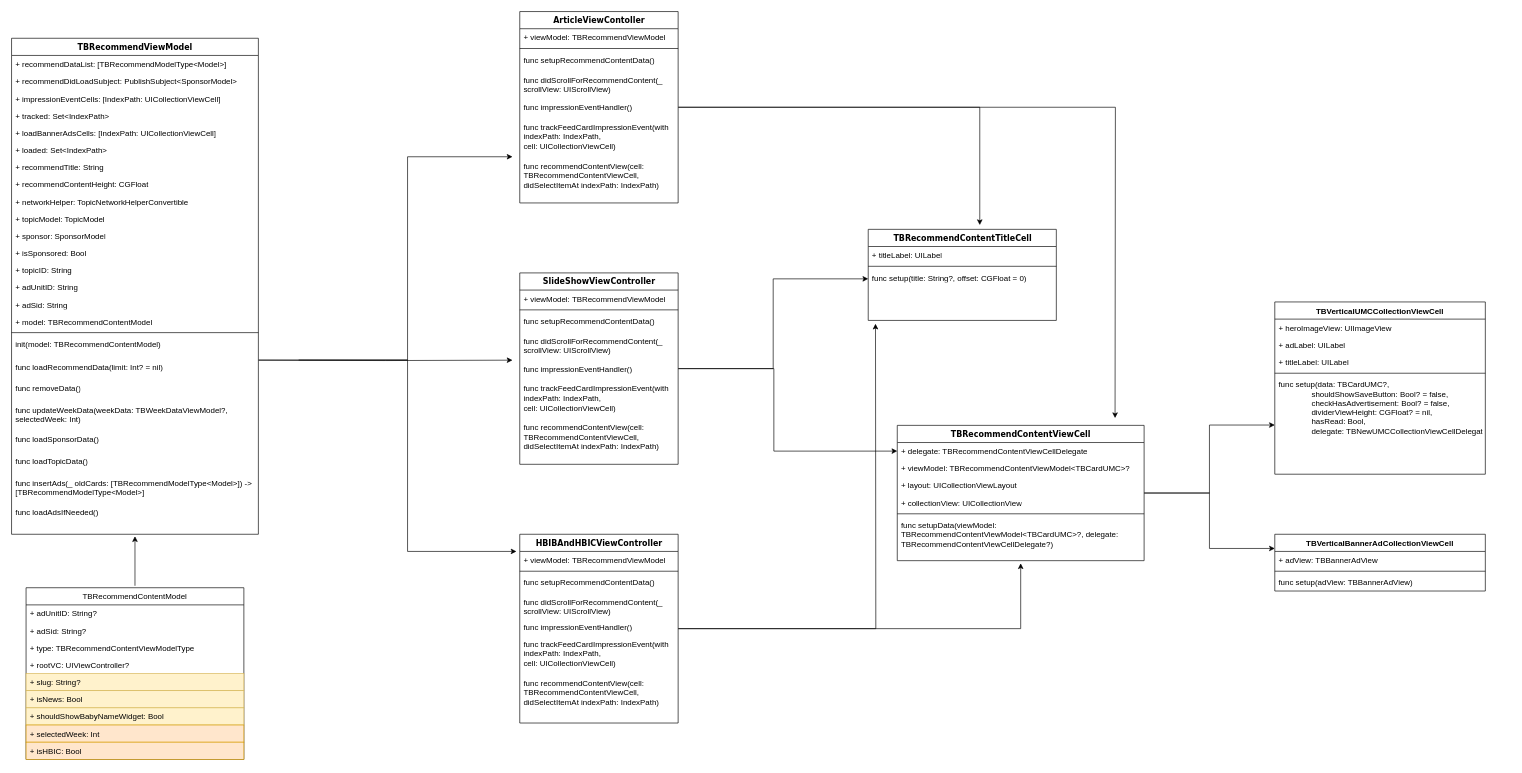
Above: Untitled Diagram.drawio in Jovins/RefactorUML (draw.io), before the change. Source tidied: cells renumbered, new cells numbered last; positions are measured from the earlier drawing's top-left corner, leaving out a move shared by most shapes. Both pictures are drawn from the tidied source at 66%, with x=0, y=0 at pixel (11, 11).
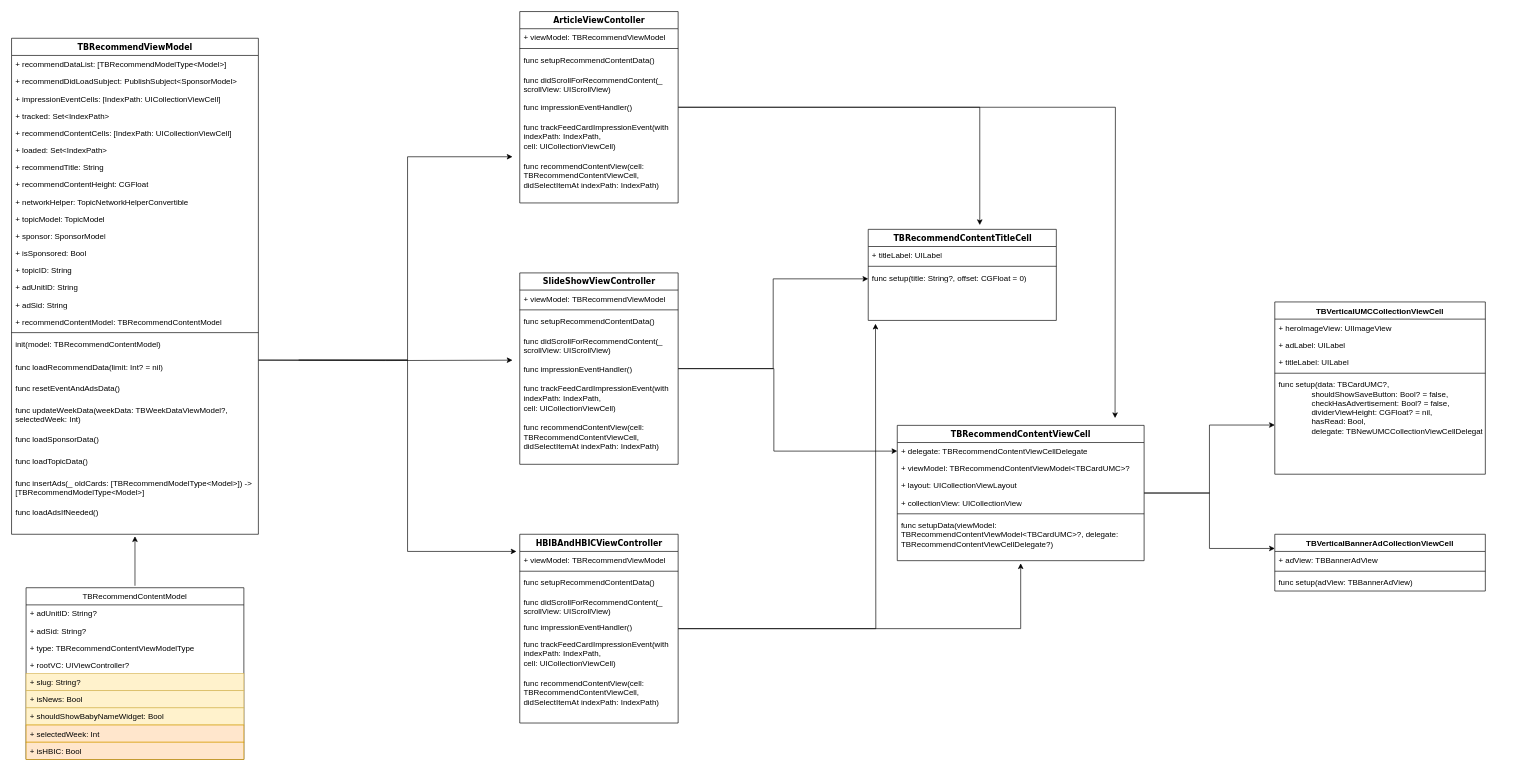
The same page after the edit.

Unchanged cells that the change refers to:
```xml
<mxCell id="35" value="TBRecommendViewModel" style="swimlane;html=1;fontStyle=1;align=center;verticalAlign=top;horizontal=1;startSize=26;swimlaneFillColor=#ffffff;rounded=0;shadow=0;comic=0;labelBackgroundColor=none;strokeWidth=1;fontFamily=Verdana;fontSize=12;" parent="1" vertex="1">
  <mxGeometry y="40.5" width="374" height="751.5" as="geometry" />
</mxCell>
```

Diff of the diagram source:
```diff
@@
-    <mxCell id="40" value="+&amp;nbsp;loadBannerAdsCells: [IndexPath: UICollectionViewCell]" style="text;html=1;strokeColor=none;fillColor=none;align=left;verticalAlign=top;spacingLeft=4;spacingRight=4;whiteSpace=wrap;overflow=hidden;" parent="35" vertex="1">
+    <mxCell id="40" value="+ recommendContentCells: [IndexPath: UICollectionViewCell]" style="text;html=1;strokeColor=none;fillColor=none;align=left;verticalAlign=top;spacingLeft=4;spacingRight=4;whiteSpace=wrap;overflow=hidden;" parent="35" vertex="1">
       <mxGeometry y="130" width="374" height="26" as="geometry" />
     </mxCell>
@@
-    <mxCell id="51" value="+ model: TBRecommendContentModel" style="text;html=1;align=left;verticalAlign=top;spacingLeft=4;spacingRight=4;whiteSpace=wrap;overflow=hidden;" parent="35" vertex="1">
+    <mxCell id="51" value="+ recommendContentModel: TBRecommendContentModel" style="text;html=1;align=left;verticalAlign=top;spacingLeft=4;spacingRight=4;whiteSpace=wrap;overflow=hidden;" parent="35" vertex="1">
       <mxGeometry y="416" width="374" height="26" as="geometry" />
     </mxCell>
@@
-    <mxCell id="55" value="func removeData()" style="text;html=1;align=left;verticalAlign=top;spacingLeft=4;spacingRight=4;whiteSpace=wrap;overflow=hidden;" parent="35" vertex="1">
+    <mxCell id="55" value="func resetEventAndAdsData()" style="text;html=1;align=left;verticalAlign=top;spacingLeft=4;spacingRight=4;whiteSpace=wrap;overflow=hidden;" parent="35" vertex="1">
       <mxGeometry y="517" width="374" height="33" as="geometry" />
     </mxCell>
```
